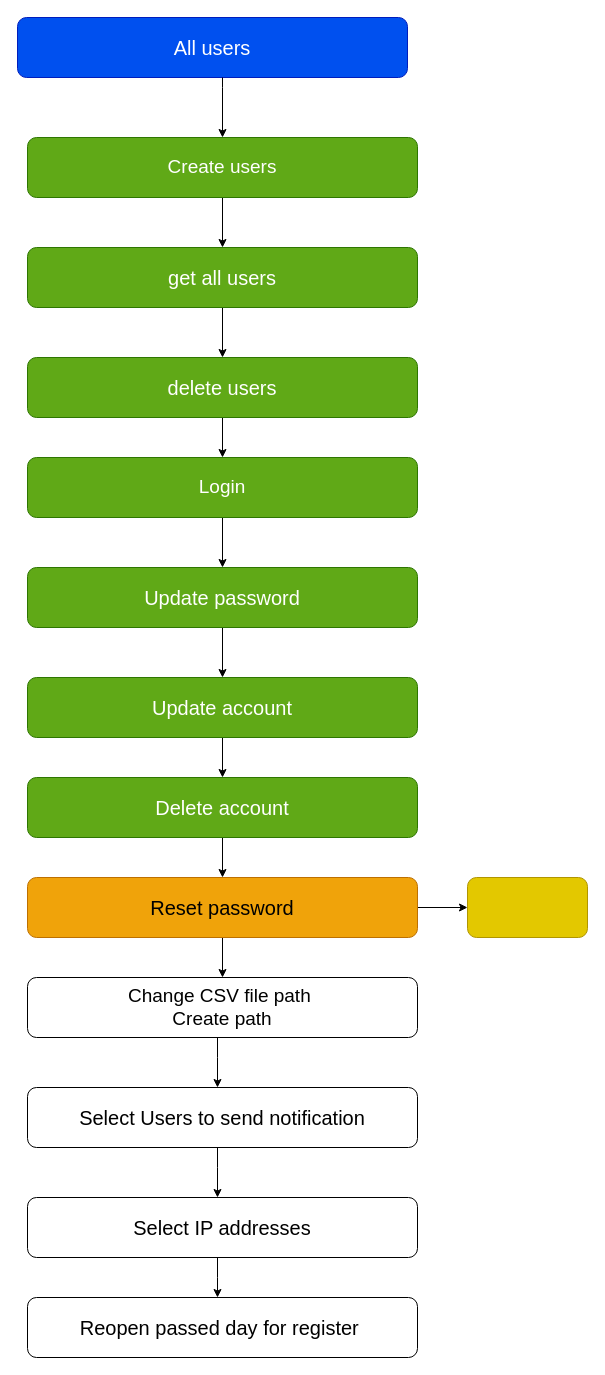
This is page "User" (1 of 3) of dev-data/planning.drawio from remian-coders/product-management, a draw.io file, before an edit. Source tidied: cells renumbered, new cells numbered last; positions are measured from the earlier drawing's top-left corner, leaving out a move shared by most shapes. Both pictures are drawn from the tidied source at 100%, with x=0, y=0 at pixel (17, 17).
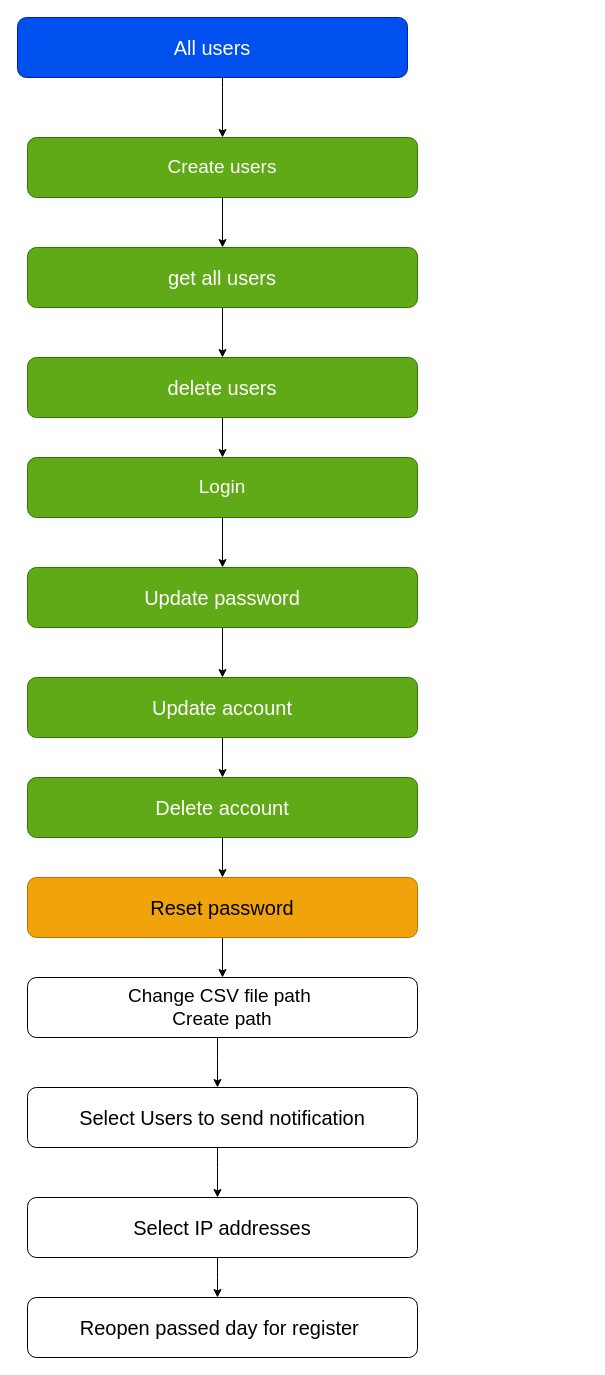
After the change.

The change refers to these unchanged cells:
```xml
<mxCell id="14" value="&lt;span style=&quot;font-size: 20px;&quot;&gt;Reset password&lt;/span&gt;" style="whiteSpace=wrap;html=1;rounded=1;fillColor=#f0a30a;fontColor=#000000;strokeColor=#BD7000;" parent="1" vertex="1">
  <mxGeometry x="10" y="860" width="390" height="60" as="geometry" />
</mxCell>
```

What changed in the source:
```diff
@@
-    <mxCell id="13" style="edgeStyle=none;html=1;" parent="1" edge="1" source="14" target="28">
-      <mxGeometry relative="1" as="geometry" />
-    </mxCell>
@@
-    <mxCell id="28" style="whiteSpace=wrap;html=1;rounded=1;fillColor=#e3c800;fontColor=#000000;strokeColor=#B09500;" parent="1" vertex="1">
-      <mxGeometry x="450" y="860" width="120" height="60" as="geometry" />
-    </mxCell>
```
